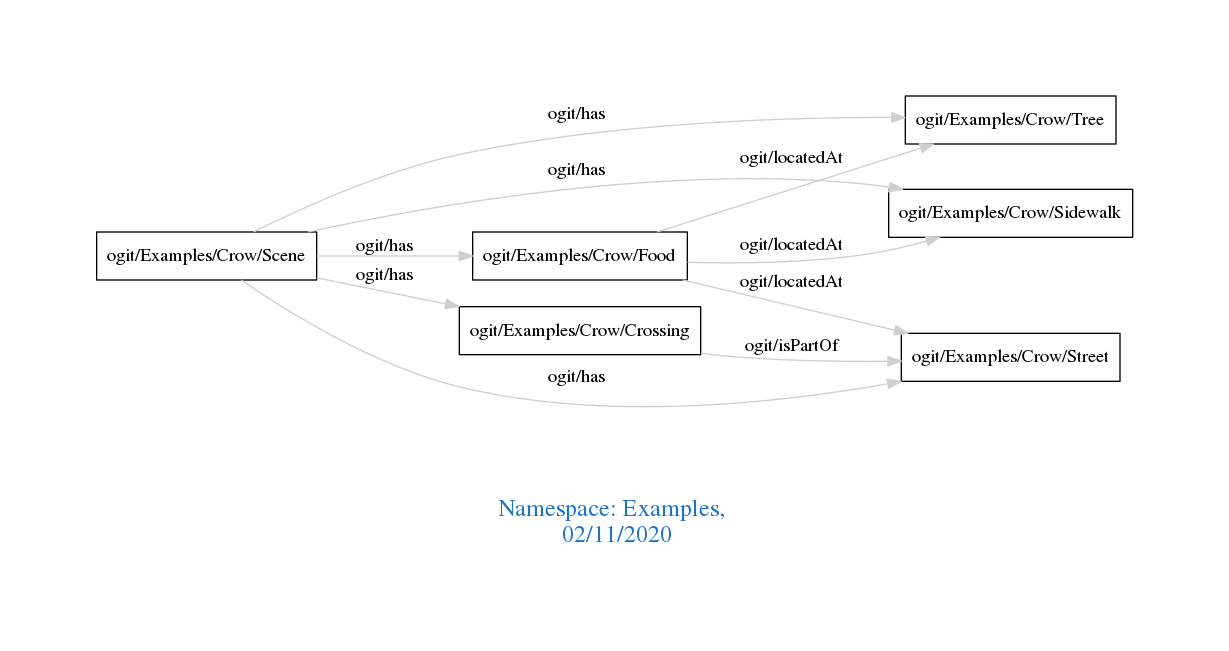
arago/OGIT keeps this Graphviz diagram as downloads/Examples.png. Above is the earlier version. Its source is kept beside it as downloads/Examples.dot.
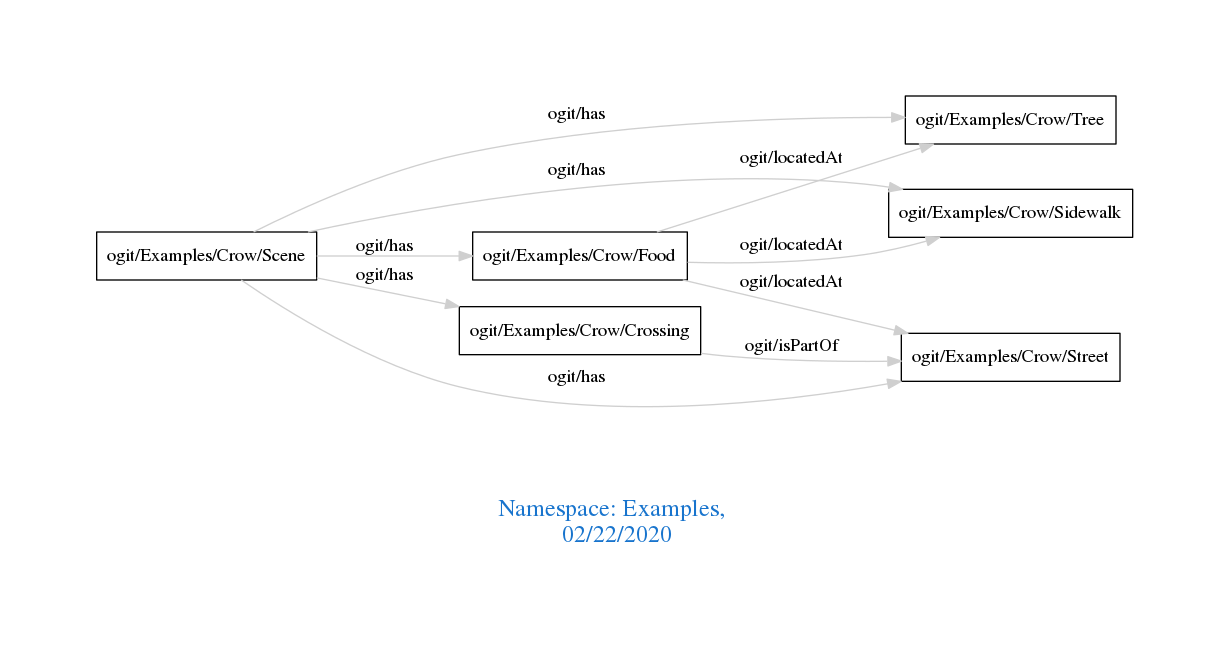
The same diagram one commit later.

Change to the diagram source:
```diff
@@ -1,7 +1,7 @@
 digraph OGIT_ontology {
  graph [ rankdir= LR,pad=1
 fontsize = 18,
-fontcolor= dodgerblue3,label = "\n\n\nNamespace: Examples, \n 02/11/2020"];
+fontcolor= dodgerblue3,label = "\n\n\nNamespace: Examples, \n 02/22/2020"];
 node[shape=polygon];
 edge [  color="gray81"];
 
```
